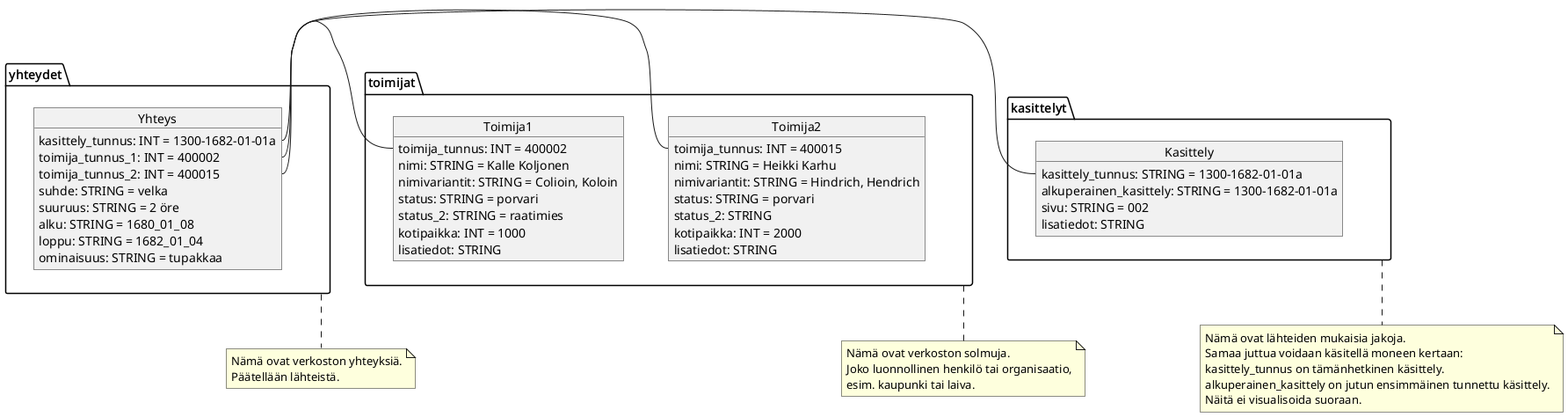
AnttiHaerkoenen/border_towns keeps this PlantUML diagram as references/original_data.png. Above is the earlier version.
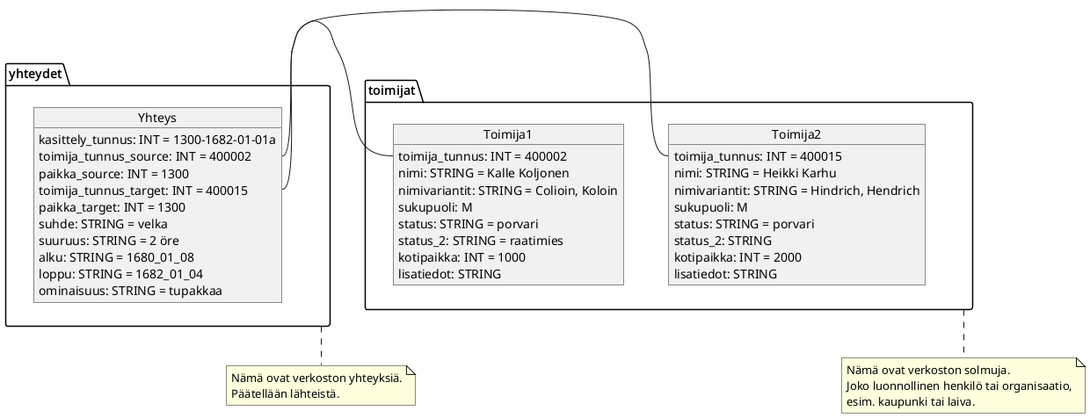
Above is the later version.

The edit, as a diff of the source:
```diff
@@ -5,6 +5,7 @@
         toimija_tunnus: INT = 400002
         nimi: STRING = Kalle Koljonen
         nimivariantit: STRING = Colioin, Koloin
+        sukupuoli: M
         status: STRING = porvari
         status_2: STRING = raatimies
         kotipaikka: INT = 1000
@@ -14,6 +15,7 @@
         toimija_tunnus: INT = 400015
         nimi: STRING = Heikki Karhu
         nimivariantit: STRING = Hindrich, Hendrich
+        sukupuoli: M
         status: STRING = porvari
         status_2: STRING
         kotipaikka: INT = 2000
@@ -29,8 +31,10 @@
 package yhteydet {
     object Yhteys {
         kasittely_tunnus: INT = 1300-1682-01-01a
-        toimija_tunnus_1: INT = 400002
-        toimija_tunnus_2: INT = 400015
+        toimija_tunnus_source: INT = 400002
+        paikka_source: INT = 1300
+        toimija_tunnus_target: INT = 400015
+        paikka_target: INT = 1300
         suhde: STRING = velka
         suuruus: STRING = 2 öre
         alku: STRING = 1680_01_08
@@ -43,24 +47,7 @@
     Päätellään lähteistä.
 end note
 
-package kasittelyt {
-    object Kasittely {
-        kasittely_tunnus: STRING = 1300-1682-01-01a
-        alkuperainen_kasittely: STRING = 1300-1682-01-01a
-        sivu: STRING = 002
-        lisatiedot: STRING
-    }
-}
-note bottom of (kasittelyt)
-    Nämä ovat lähteiden mukaisia jakoja.
-    Samaa juttua voidaan käsitellä moneen kertaan:
-    kasittely_tunnus on tämänhetkinen käsittely.
-    alkuperainen_kasittely on jutun ensimmäinen tunnettu käsittely.
-    Näitä ei visualisoida suoraan.
-end note
-
-Yhteys::toimija_tunnus_1 -r- Toimija1::toimija_tunnus
-Yhteys::toimija_tunnus_2 -r- Toimija2::toimija_tunnus
-Yhteys::kasittely_tunnus -l- Kasittely::kasittely_tunnus
+Yhteys::toimija_tunnus_source -r- Toimija1::toimija_tunnus
+Yhteys::toimija_tunnus_target -r- Toimija2::toimija_tunnus
 
 @enduml
```
